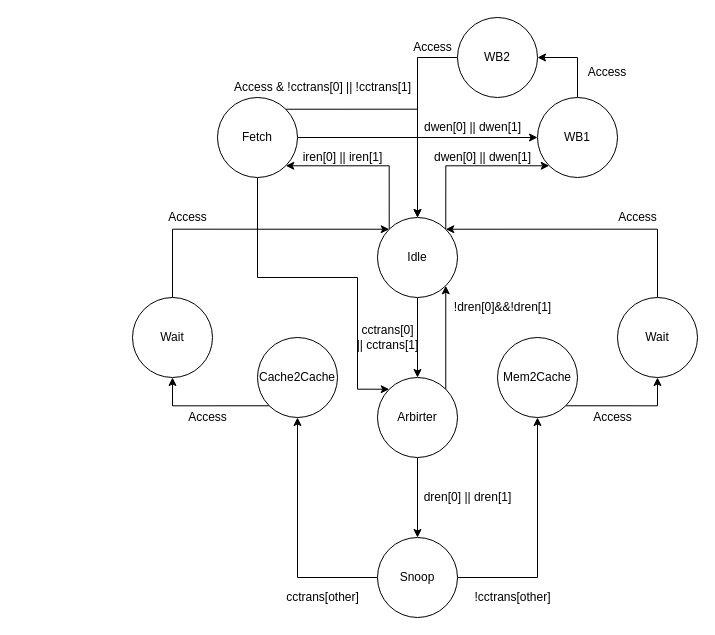
The draw.io diagram page "Page-3" (3 of 4) of multi.drawio in dsrasheed/ece437, before the edit. Source tidied: cells renumbered, new cells numbered last; positions are measured from the earlier drawing's top-left corner, leaving out a move shared by most shapes. Both pictures are drawn from the tidied source at 100%, with x=0, y=0 at pixel (132, 17).
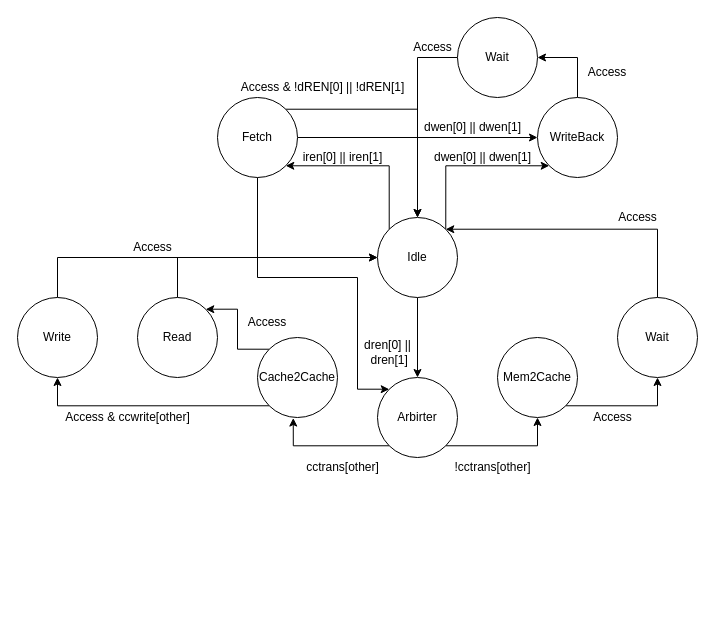
The same diagram, later.

The change refers to these unchanged cells:
```xml
<mxCell id="7" value="Idle" style="ellipse;whiteSpace=wrap;html=1;" parent="1" vertex="1">
  <mxGeometry x="245" y="200" width="80" height="80" as="geometry" />
</mxCell>
<mxCell id="10" value="Arbirter" style="ellipse;whiteSpace=wrap;html=1;" parent="1" vertex="1">
  <mxGeometry x="245" y="360" width="80" height="80" as="geometry" />
</mxCell>
<mxCell id="12" value="Cache2Cache" style="ellipse;whiteSpace=wrap;html=1;" parent="1" vertex="1">
  <mxGeometry x="125" y="320" width="80" height="80" as="geometry" />
</mxCell>
<mxCell id="14" value="Mem2Cache" style="ellipse;whiteSpace=wrap;html=1;" parent="1" vertex="1">
  <mxGeometry x="365" y="320" width="80" height="80" as="geometry" />
</mxCell>
```

The edit, as a diff of the source:
```diff
@@
-    <mxCell id="2" style="edgeStyle=orthogonalEdgeStyle;rounded=0;jettySize=auto;html=1;exitX=0.5;exitY=0;exitDx=0;exitDy=0;entryX=0;entryY=0;entryDx=0;entryDy=0;" parent="1" edge="1" source="15" target="7">
-      <mxGeometry relative="1" as="geometry" />
-    </mxCell>
@@
-    <mxCell id="8" style="edgeStyle=orthogonalEdgeStyle;rounded=0;jettySize=auto;html=1;exitX=1;exitY=0;exitDx=0;exitDy=0;entryX=1;entryY=1;entryDx=0;entryDy=0;" parent="1" edge="1" source="10" target="7">
-      <mxGeometry relative="1" as="geometry" />
-    </mxCell>
-    <mxCell id="9" style="edgeStyle=orthogonalEdgeStyle;rounded=0;jettySize=auto;html=1;exitX=0.5;exitY=1;exitDx=0;exitDy=0;entryX=0.5;entryY=0;entryDx=0;entryDy=0;" parent="1" edge="1" source="10" target="37">
-      <mxGeometry relative="1" as="geometry" />
-    </mxCell>
+    <mxCell id="43" style="edgeStyle=orthogonalEdgeStyle;rounded=0;jettySize=auto;html=1;exitX=0;exitY=1;exitDx=0;exitDy=0;entryX=0.447;entryY=1.007;entryDx=0;entryDy=0;entryPerimeter=0;" parent="1" edge="1" source="10" target="12">
+      <mxGeometry relative="1" as="geometry" />
+    </mxCell>
+    <mxCell id="44" style="edgeStyle=orthogonalEdgeStyle;rounded=0;jettySize=auto;html=1;exitX=1;exitY=1;exitDx=0;exitDy=0;entryX=0.5;entryY=1;entryDx=0;entryDy=0;" parent="1" edge="1" source="10" target="14">
+      <mxGeometry relative="1" as="geometry" />
+    </mxCell>
@@
-    <mxCell id="11" style="edgeStyle=orthogonalEdgeStyle;rounded=0;jettySize=auto;html=1;exitX=0;exitY=1;exitDx=0;exitDy=0;entryX=0.5;entryY=1;entryDx=0;entryDy=0;" parent="1" edge="1" source="12" target="15">
-      <mxGeometry relative="1" as="geometry" />
-    </mxCell>
+    <mxCell id="45" style="edgeStyle=orthogonalEdgeStyle;rounded=0;jettySize=auto;html=1;exitX=0;exitY=1;exitDx=0;exitDy=0;entryX=0.5;entryY=1;entryDx=0;entryDy=0;" parent="1" edge="1" source="12" target="50">
+      <mxGeometry relative="1" as="geometry" />
+    </mxCell>
+    <mxCell id="46" style="edgeStyle=orthogonalEdgeStyle;rounded=0;jettySize=auto;html=1;exitX=0;exitY=0;exitDx=0;exitDy=0;entryX=1;entryY=0;entryDx=0;entryDy=0;" parent="1" edge="1" source="12" target="48">
+      <mxGeometry relative="1" as="geometry" />
+    </mxCell>
@@
-    <mxCell id="15" value="Wait" style="ellipse;whiteSpace=wrap;html=1;" parent="1" vertex="1">
-      <mxGeometry y="280" width="80" height="80" as="geometry" />
-    </mxCell>
@@
-    <mxCell id="18" value="WB1" style="ellipse;whiteSpace=wrap;html=1;" parent="1" vertex="1">
+    <mxCell id="18" value="WriteBack" style="ellipse;whiteSpace=wrap;html=1;" parent="1" vertex="1">
       <mxGeometry x="405" y="80" width="80" height="80" as="geometry" />
     </mxCell>
@@
-    <mxCell id="20" value="WB2" style="ellipse;whiteSpace=wrap;html=1;" parent="1" vertex="1">
+    <mxCell id="20" value="Wait" style="ellipse;whiteSpace=wrap;html=1;" parent="1" vertex="1">
       <mxGeometry x="325" width="80" height="80" as="geometry" />
     </mxCell>
@@
-    <mxCell id="25" value="Access &amp;amp; !cctrans[0] || !cctrans[1]" style="text;html=1;align=center;verticalAlign=middle;strokeColor=none;fillColor=none;" parent="1" vertex="1">
-      <mxGeometry x="95" y="60" width="190" height="20" as="geometry" />
+    <mxCell id="25" value="Access &amp;amp; !dREN[0] || !dREN[1]" style="text;html=1;align=center;verticalAlign=middle;strokeColor=none;fillColor=none;" parent="1" vertex="1">
+      <mxGeometry x="100" y="60" width="180" height="20" as="geometry" />
     </mxCell>
@@
-    <mxCell id="30" value="Access" style="text;html=1;align=center;verticalAlign=middle;strokeColor=none;fillColor=none;" parent="1" vertex="1">
-      <mxGeometry x="50" y="390" width="50" height="20" as="geometry" />
+    <mxCell id="30" value="Access &amp;amp; ccwrite[other]" style="text;html=1;align=center;verticalAlign=middle;strokeColor=none;fillColor=none;" parent="1" vertex="1">
+      <mxGeometry x="-75" y="390" width="140" height="20" as="geometry" />
     </mxCell>
     <mxCell id="31" value="Access" style="text;html=1;align=center;verticalAlign=middle;strokeColor=none;fillColor=none;" parent="1" vertex="1">
-      <mxGeometry x="30" y="190" width="50" height="20" as="geometry" />
+      <mxGeometry x="-5" y="220" width="50" height="20" as="geometry" />
     </mxCell>
@@
-    <mxCell id="33" value="cctrans[0]&lt;br&gt;|| cctrans[1]" style="text;html=1;align=center;verticalAlign=middle;strokeColor=none;fillColor=none;" parent="1" vertex="1">
-      <mxGeometry x="215" y="305" width="80" height="30" as="geometry" />
-    </mxCell>
-    <mxCell id="34" value="!dren[0]&amp;amp;&amp;amp;!dren[1]" style="text;html=1;align=center;verticalAlign=middle;strokeColor=none;fillColor=none;" parent="1" vertex="1">
-      <mxGeometry x="315" y="280" width="110" height="20" as="geometry" />
-    </mxCell>
-    <mxCell id="35" style="edgeStyle=orthogonalEdgeStyle;rounded=0;jettySize=auto;html=1;exitX=0;exitY=0.5;exitDx=0;exitDy=0;entryX=0.5;entryY=1;entryDx=0;entryDy=0;" parent="1" edge="1" source="37" target="12">
-      <mxGeometry relative="1" as="geometry" />
-    </mxCell>
-    <mxCell id="36" style="edgeStyle=orthogonalEdgeStyle;rounded=0;jettySize=auto;html=1;exitX=1;exitY=0.5;exitDx=0;exitDy=0;entryX=0.5;entryY=1;entryDx=0;entryDy=0;" parent="1" edge="1" source="37" target="14">
-      <mxGeometry relative="1" as="geometry" />
-    </mxCell>
-    <mxCell id="37" value="Snoop" style="ellipse;whiteSpace=wrap;html=1;" parent="1" vertex="1">
-      <mxGeometry x="245" y="520" width="80" height="80" as="geometry" />
-    </mxCell>
-    <mxCell id="38" value="dren[0] || dren[1]" style="text;html=1;align=center;verticalAlign=middle;strokeColor=none;fillColor=none;rotation=0;" parent="1" vertex="1">
-      <mxGeometry x="285" y="470" width="100" height="20" as="geometry" />
+    <mxCell id="38" value="dren[0] ||&lt;br&gt;&amp;nbsp;dren[1]" style="text;html=1;align=center;verticalAlign=middle;strokeColor=none;fillColor=none;rotation=0;" parent="1" vertex="1">
+      <mxGeometry x="225" y="320" width="60" height="30" as="geometry" />
     </mxCell>
@@
     <mxCell id="40" value="cctrans[other]" style="text;html=1;align=center;verticalAlign=middle;strokeColor=none;fillColor=none;" parent="1" vertex="1">
-      <mxGeometry x="145" y="570" width="90" height="20" as="geometry" />
+      <mxGeometry x="165" y="440" width="90" height="20" as="geometry" />
     </mxCell>
     <mxCell id="41" value="!cctrans[other]" style="text;html=1;align=center;verticalAlign=middle;strokeColor=none;fillColor=none;" parent="1" vertex="1">
-      <mxGeometry x="335" y="570" width="90" height="20" as="geometry" />
+      <mxGeometry x="315" y="440" width="90" height="20" as="geometry" />
     </mxCell>
@@
+    <mxCell id="47" style="edgeStyle=orthogonalEdgeStyle;rounded=0;jettySize=auto;html=1;exitX=0.5;exitY=0;exitDx=0;exitDy=0;entryX=0;entryY=0.5;entryDx=0;entryDy=0;" parent="1" edge="1" source="48" target="7">
+      <mxGeometry relative="1" as="geometry" />
+    </mxCell>
+    <mxCell id="48" value="Read" style="ellipse;whiteSpace=wrap;html=1;" parent="1" vertex="1">
+      <mxGeometry x="5" y="280" width="80" height="80" as="geometry" />
+    </mxCell>
+    <mxCell id="49" style="edgeStyle=orthogonalEdgeStyle;rounded=0;jettySize=auto;html=1;exitX=0.5;exitY=0;exitDx=0;exitDy=0;entryX=0;entryY=0.5;entryDx=0;entryDy=0;" parent="1" edge="1" source="50" target="7">
+      <mxGeometry relative="1" as="geometry" />
+    </mxCell>
+    <mxCell id="50" value="Write" style="ellipse;whiteSpace=wrap;html=1;" parent="1" vertex="1">
+      <mxGeometry x="-115" y="280" width="80" height="80" as="geometry" />
+    </mxCell>
+    <mxCell id="51" value="Access" style="text;html=1;strokeColor=none;fillColor=none;align=center;verticalAlign=middle;whiteSpace=wrap;rounded=0;" parent="1" vertex="1">
+      <mxGeometry x="105" y="290" width="60" height="30" as="geometry" />
+    </mxCell>
```
